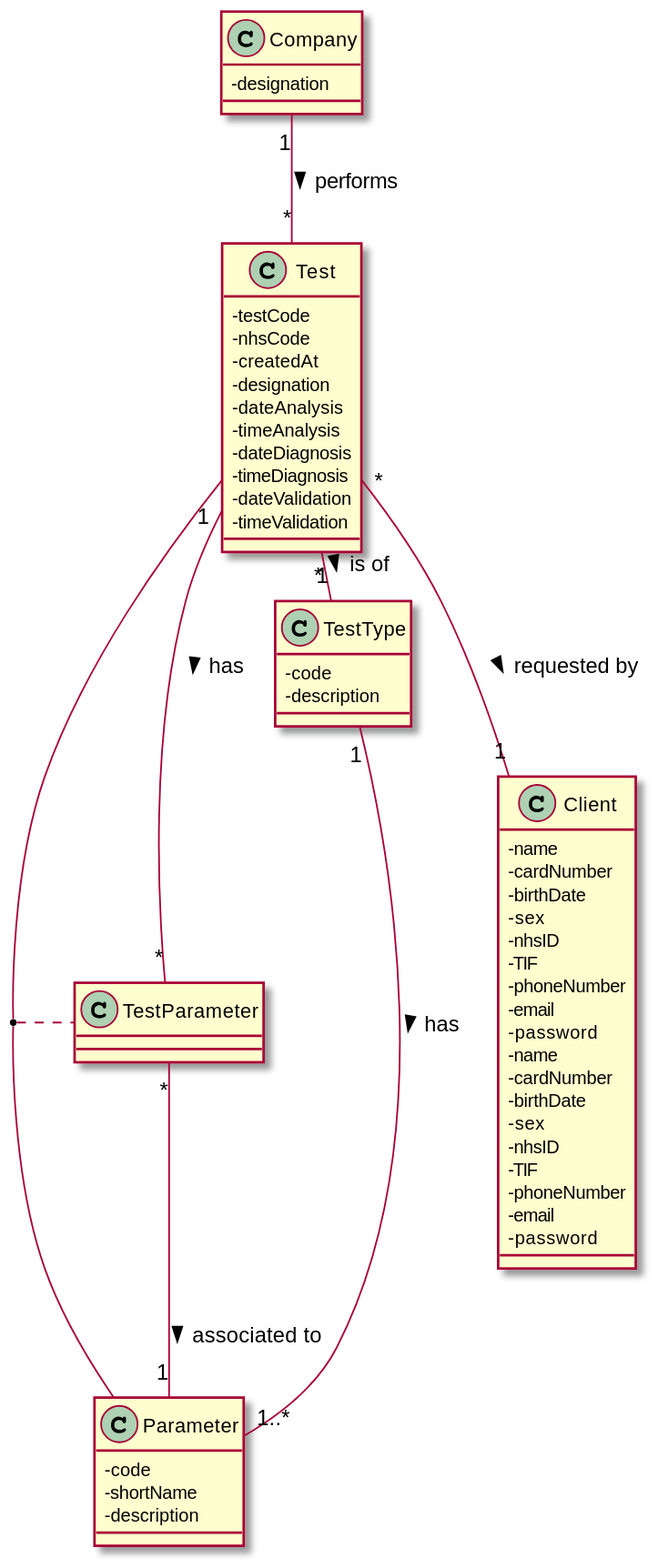
This is docs/SprintC/US4/US4_DM.svg from MadDinosaur/ISEP-LAPR2, a PlantUML export, as it was before one commit. Its diagram source:
```plantuml
@startuml
skinparam classAttributeIconSize 0

class Company {
-designation
}
class Test {
-testCode
-nhsCode
-createdAt
-designation
-dateAnalysis
-timeAnalysis
-dateDiagnosis
-timeDiagnosis
-dateValidation
-timeValidation
}
class Client {
-name
-cardNumber
-birthDate
-sex
-nhsID
-TIF
-phoneNumber
-email
-password
}
class TestType {
-code
-description
}
class Parameter {
-code
-shortName
-description
}
class Client {
-name
-cardNumber
-birthDate
-sex
-nhsID
-TIF
-phoneNumber
-email
-password
}

TestType "1"--"1..*" Parameter : has >
(Test, Parameter) .. TestParameter
Test "*"--"1" Client : requested by >
TestParameter "*"--"1" Test : has <
Test "*"-up-"1" Company : performs <
Test "*"-right-"1" "TestType" : is of >
TestParameter "*"--"1" Parameter : associated to >

@enduml
```
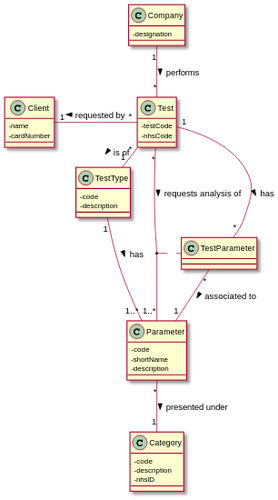
Later version of the same file.

What changed in the source:
```diff
@@ -7,25 +7,10 @@
 class Test {
 -testCode
 -nhsCode
--createdAt
--designation
--dateAnalysis
--timeAnalysis
--dateDiagnosis
--timeDiagnosis
--dateValidation
--timeValidation
 }
 class Client {
 -name
 -cardNumber
--birthDate
--sex
--nhsID
--TIF
--phoneNumber
--email
--password
 }
 class TestType {
 -code
@@ -36,24 +21,20 @@
 -shortName
 -description
 }
-class Client {
--name
--cardNumber
--birthDate
--sex
+class Category {
+-code
+-description
 -nhsID
--TIF
--phoneNumber
--email
--password
 }
 
+Test "*"--"1..*" Parameter : requests analysis of >
 TestType "1"--"1..*" Parameter : has >
-(Test, Parameter) .. TestParameter
-Test "*"--"1" Client : requested by >
-TestParameter "*"--"1" Test : has <
+Test "*"-left-"1" Client : requested by >
 Test "*"-up-"1" Company : performs <
 Test "*"-right-"1" "TestType" : is of >
-TestParameter "*"--"1" Parameter : associated to >
+Parameter "*"--"1" Category : presented under >
+TestParameter "*"-"1" Parameter : associated to >
+TestParameter "*"--"1" Test : has <
+(Test, Parameter) .. TestParameter
 
 @enduml
```
